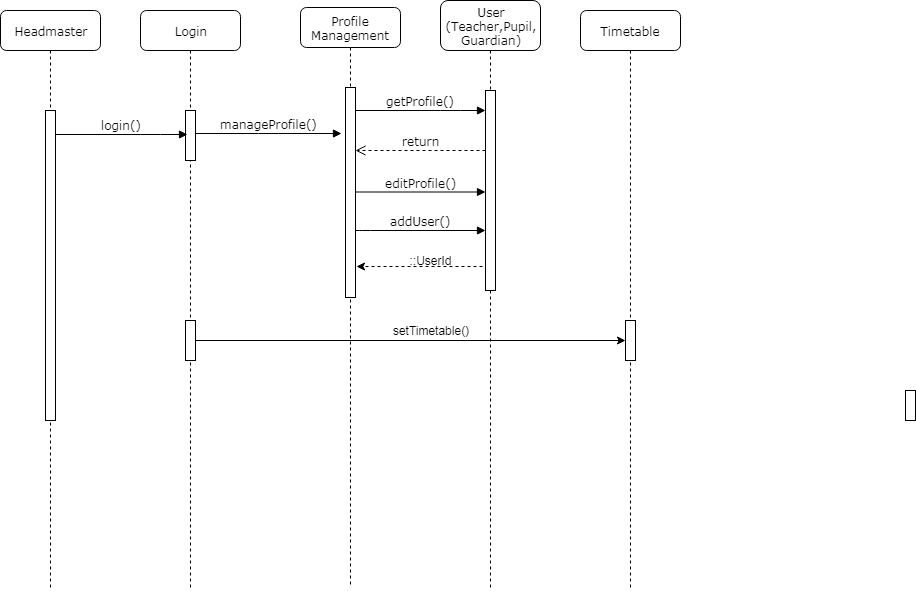
esmoqi16/TMS keeps this draw.io diagram as Diagrams/Sequence Diagrams/HM.PNG. Above is the earlier version. Source tidied: cells renumbered, new cells last; positions are measured from the earlier drawing's top-left corner, leaving out a move shared by most shapes. The source it was exported from:
```xml
<mxGraphModel background="#ffffff">
  <root>
    <mxCell id="0" />
    <mxCell id="1" parent="0" />
    <mxCell id="2" value="Login" style="shape=umlLifeline;perimeter=lifelinePerimeter;whiteSpace=wrap;html=1;rounded=1;shadow=0;comic=0;labelBackgroundColor=none;strokeColor=#000000;strokeWidth=1;fillColor=#FFFFFF;fontFamily=Verdana;fontSize=12;fontColor=#000000;align=center;" parent="1" vertex="1">
      <mxGeometry x="140" y="10" width="100" height="580" as="geometry" />
    </mxCell>
    <mxCell id="3" style="html=1;points=[];perimeter=orthogonalPerimeter;rounded=0;shadow=0;comic=0;labelBackgroundColor=none;strokeColor=#000000;strokeWidth=1;fillColor=#FFFFFF;fontFamily=Verdana;fontSize=12;fontColor=#000000;align=center;" parent="2" vertex="1">
      <mxGeometry x="45" y="100" width="10" height="50" as="geometry" />
    </mxCell>
    <mxCell id="4" style="html=1;points=[];perimeter=orthogonalPerimeter;rounded=0;shadow=0;comic=0;labelBackgroundColor=none;strokeColor=#000000;strokeWidth=1;fillColor=#FFFFFF;fontFamily=Verdana;fontSize=12;fontColor=#000000;align=center;" parent="2" vertex="1">
      <mxGeometry x="45" y="310" width="10" height="40" as="geometry" />
    </mxCell>
    <mxCell id="5" value="Profile Management" style="shape=umlLifeline;perimeter=lifelinePerimeter;whiteSpace=wrap;html=1;rounded=1;shadow=0;comic=0;labelBackgroundColor=none;strokeColor=#000000;strokeWidth=1;fillColor=#FFFFFF;fontFamily=Verdana;fontSize=12;fontColor=#000000;align=center;" parent="1" vertex="1">
      <mxGeometry x="300" y="7" width="100" height="580" as="geometry" />
    </mxCell>
    <mxCell id="6" style="html=1;points=[];perimeter=orthogonalPerimeter;rounded=0;shadow=0;comic=0;labelBackgroundColor=none;strokeColor=#000000;strokeWidth=1;fillColor=#FFFFFF;fontFamily=Verdana;fontSize=12;fontColor=#000000;align=center;" parent="5" vertex="1">
      <mxGeometry x="45" y="80" width="10" height="210" as="geometry" />
    </mxCell>
    <mxCell id="7" value="User&lt;br&gt;(Teacher,Pupil,&lt;br&gt;Guardian)&lt;br&gt;" style="shape=umlLifeline;perimeter=lifelinePerimeter;whiteSpace=wrap;html=1;rounded=1;shadow=0;comic=0;labelBackgroundColor=none;strokeColor=#000000;strokeWidth=1;fillColor=#FFFFFF;fontFamily=Verdana;fontSize=12;fontColor=#000000;align=center;size=50;" parent="1" vertex="1">
      <mxGeometry x="440" width="100" height="590" as="geometry" />
    </mxCell>
    <mxCell id="8" value="Timetable" style="shape=umlLifeline;perimeter=lifelinePerimeter;whiteSpace=wrap;html=1;rounded=1;shadow=0;comic=0;labelBackgroundColor=none;strokeColor=#000000;strokeWidth=1;fillColor=#FFFFFF;fontFamily=Verdana;fontSize=12;fontColor=#000000;align=center;" parent="1" vertex="1">
      <mxGeometry x="580" y="10" width="100" height="580" as="geometry" />
    </mxCell>
    <mxCell id="9" style="html=1;points=[];perimeter=orthogonalPerimeter;rounded=0;shadow=0;comic=0;labelBackgroundColor=none;strokeColor=#000000;strokeWidth=1;fillColor=#FFFFFF;fontFamily=Verdana;fontSize=12;fontColor=#000000;align=center;" parent="8" vertex="1">
      <mxGeometry x="45" y="310" width="10" height="40" as="geometry" />
    </mxCell>
    <mxCell id="10" value="Headmaster" style="shape=umlLifeline;perimeter=lifelinePerimeter;whiteSpace=wrap;html=1;rounded=1;shadow=0;comic=0;labelBackgroundColor=none;strokeColor=#000000;strokeWidth=1;fillColor=#FFFFFF;fontFamily=Verdana;fontSize=12;fontColor=#000000;align=center;" parent="1" vertex="1">
      <mxGeometry y="10" width="100" height="580" as="geometry" />
    </mxCell>
    <mxCell id="11" style="html=1;points=[];perimeter=orthogonalPerimeter;rounded=0;shadow=0;comic=0;labelBackgroundColor=none;strokeColor=#000000;strokeWidth=1;fillColor=#FFFFFF;fontFamily=Verdana;fontSize=12;fontColor=#000000;align=center;" parent="10" vertex="1">
      <mxGeometry x="45" y="100" width="10" height="310" as="geometry" />
    </mxCell>
    <mxCell id="12" style="edgeStyle=orthogonalEdgeStyle;rounded=0;orthogonalLoop=1;jettySize=auto;html=1;entryX=1.1;entryY=0.852;entryDx=0;entryDy=0;entryPerimeter=0;dashed=1;exitX=0.1;exitY=0.87;exitDx=0;exitDy=0;exitPerimeter=0;" parent="1" edge="1">
      <mxGeometry relative="1" as="geometry">
        <mxPoint x="486" y="264" as="sourcePoint" />
        <mxPoint x="356" y="266" as="targetPoint" />
        <Array as="points">
          <mxPoint x="486" y="266" />
        </Array>
      </mxGeometry>
    </mxCell>
    <mxCell id="13" style="html=1;points=[];perimeter=orthogonalPerimeter;rounded=0;shadow=0;comic=0;labelBackgroundColor=none;strokeColor=#000000;strokeWidth=1;fillColor=#FFFFFF;fontFamily=Verdana;fontSize=12;fontColor=#000000;align=center;" parent="1" vertex="1">
      <mxGeometry x="485" y="90" width="10" height="200" as="geometry" />
    </mxCell>
    <mxCell id="14" value="getProfile()" style="html=1;verticalAlign=bottom;endArrow=block;labelBackgroundColor=none;fontFamily=Verdana;fontSize=12;edgeStyle=elbowEdgeStyle;elbow=vertical;" parent="1" edge="1" source="6" target="13">
      <mxGeometry relative="1" as="geometry">
        <Array as="points">
          <mxPoint x="450" y="110" />
          <mxPoint x="360" y="150" />
        </Array>
      </mxGeometry>
    </mxCell>
    <mxCell id="15" style="html=1;perimeter=orthogonalPerimeter;rounded=0;shadow=0;comic=0;labelBackgroundColor=none;strokeColor=#000000;strokeWidth=1;fillColor=#FFFFFF;fontFamily=Verdana;fontSize=12;fontColor=#000000;align=center;" parent="1" vertex="1">
      <mxGeometry x="905" y="390" width="10" height="30" as="geometry" />
    </mxCell>
    <mxCell id="16" value="login()" style="html=1;verticalAlign=bottom;endArrow=block;entryX=0.2;entryY=0.48;labelBackgroundColor=none;fontFamily=Verdana;fontSize=12;edgeStyle=elbowEdgeStyle;elbow=vertical;entryDx=0;entryDy=0;entryPerimeter=0;" parent="1" edge="1" source="11" target="3">
      <mxGeometry relative="1" as="geometry">
        <Array as="points">
          <mxPoint x="150" y="134" />
          <mxPoint x="150" y="143" />
          <mxPoint x="150" y="135" />
          <mxPoint x="140" y="110" />
        </Array>
      </mxGeometry>
    </mxCell>
    <mxCell id="17" value="manageProfile()" style="html=1;verticalAlign=bottom;endArrow=block;entryX=-0.4;entryY=0.219;labelBackgroundColor=none;fontFamily=Verdana;fontSize=12;edgeStyle=elbowEdgeStyle;elbow=vertical;entryDx=0;entryDy=0;entryPerimeter=0;" parent="1" edge="1" source="3" target="6">
      <mxGeometry relative="1" as="geometry" />
    </mxCell>
    <mxCell id="18" value="return" style="html=1;verticalAlign=bottom;endArrow=open;dashed=1;endSize=8;labelBackgroundColor=none;fontFamily=Verdana;fontSize=12;edgeStyle=elbowEdgeStyle;elbow=vertical;" parent="1" edge="1">
      <mxGeometry relative="1" as="geometry">
        <mxPoint x="485" y="150" as="sourcePoint" />
        <mxPoint x="355" y="150" as="targetPoint" />
        <Array as="points">
          <mxPoint x="430" y="150" />
          <mxPoint x="460" y="150" />
        </Array>
      </mxGeometry>
    </mxCell>
    <mxCell id="19" value="editProfile()" style="html=1;verticalAlign=bottom;endArrow=block;labelBackgroundColor=none;fontFamily=Verdana;fontSize=12;edgeStyle=elbowEdgeStyle;elbow=vertical;" parent="1" edge="1">
      <mxGeometry relative="1" as="geometry">
        <mxPoint x="355" y="191.5" as="sourcePoint" />
        <mxPoint x="485" y="191.5" as="targetPoint" />
        <Array as="points">
          <mxPoint x="360" y="191.5" />
        </Array>
      </mxGeometry>
    </mxCell>
    <mxCell id="20" value="addUser()" style="html=1;verticalAlign=bottom;endArrow=block;labelBackgroundColor=none;fontFamily=Verdana;fontSize=12;edgeStyle=elbowEdgeStyle;elbow=vertical;" parent="1" edge="1">
      <mxGeometry relative="1" as="geometry">
        <mxPoint x="355" y="230" as="sourcePoint" />
        <mxPoint x="485" y="230" as="targetPoint" />
        <Array as="points">
          <mxPoint x="360" y="230" />
        </Array>
      </mxGeometry>
    </mxCell>
    <mxCell id="21" style="edgeStyle=orthogonalEdgeStyle;rounded=0;jettySize=auto;html=1;" parent="1" edge="1" source="4" target="9">
      <mxGeometry relative="1" as="geometry" />
    </mxCell>
    <mxCell id="22" value="setTimetable()" style="text;html=1;strokeColor=none;fillColor=none;align=center;verticalAlign=middle;whiteSpace=wrap;rounded=0;" parent="1" vertex="1">
      <mxGeometry x="390" y="320" width="80" height="20" as="geometry" />
    </mxCell>
    <mxCell id="23" value="::UserId" style="text;html=1;strokeColor=none;fillColor=none;align=center;verticalAlign=middle;whiteSpace=wrap;rounded=0;" parent="1" vertex="1">
      <mxGeometry x="410" y="250" width="40" height="20" as="geometry" />
    </mxCell>
  </root>
</mxGraphModel>
```
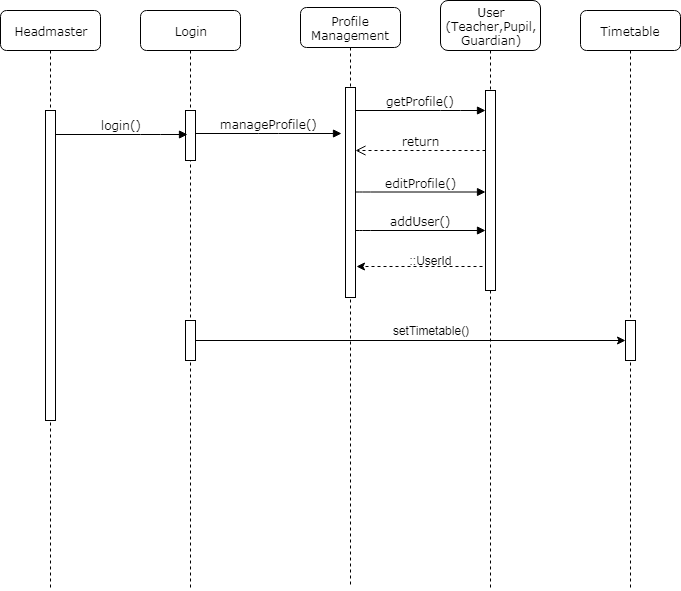
After the change.

What changed in the source:
```diff
@@ -52,9 +52,6 @@
         </Array>
       </mxGeometry>
     </mxCell>
-    <mxCell id="15" style="html=1;perimeter=orthogonalPerimeter;rounded=0;shadow=0;comic=0;labelBackgroundColor=none;strokeColor=#000000;strokeWidth=1;fillColor=#FFFFFF;fontFamily=Verdana;fontSize=12;fontColor=#000000;align=center;" parent="1" vertex="1">
-      <mxGeometry x="905" y="390" width="10" height="30" as="geometry" />
-    </mxCell>
     <mxCell id="16" value="login()" style="html=1;verticalAlign=bottom;endArrow=block;entryX=0.2;entryY=0.48;labelBackgroundColor=none;fontFamily=Verdana;fontSize=12;edgeStyle=elbowEdgeStyle;elbow=vertical;entryDx=0;entryDy=0;entryPerimeter=0;" parent="1" edge="1" source="11" target="3">
       <mxGeometry relative="1" as="geometry">
         <Array as="points">
```
